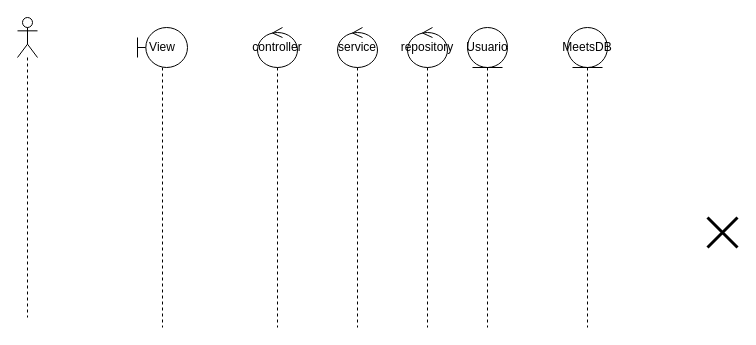
Organization-Meets/Meets_Docs keeps this draw.io diagram as Draw.io/diagrama_sequencia_PI.drawio. Above is the earlier version. Source tidied: cells renumbered, new cells numbered last; positions are measured from the earlier drawing's top-left corner, leaving out a move shared by most shapes. Both pictures are drawn from the tidied source at 100%, with x=0, y=0 at pixel (17, 17).
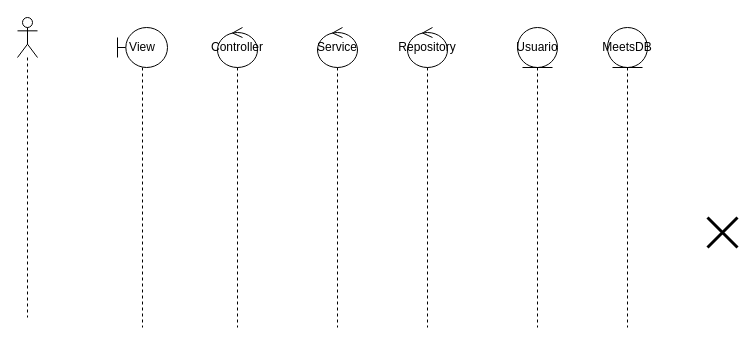
Above is the later version.

What changed in the source:
```diff
@@
 <mxGraphModel>
   <root>
     <mxCell id="0" />
     <mxCell id="1" parent="0" />
     <mxCell id="2" style="shape=umlLifeline;perimeter=lifelinePerimeter;whiteSpace=wrap;html=1;newEdgeStyle={&quot;curved&quot;:0,&quot;rounded&quot;:0};participant=umlActor;" parent="1" vertex="1">
       <mxGeometry width="20" height="300" as="geometry" />
     </mxCell>
     <mxCell id="3" value="View" style="shape=umlLifeline;perimeter=lifelinePerimeter;whiteSpace=wrap;html=1;newEdgeStyle={&quot;curved&quot;:0,&quot;rounded&quot;:0};participant=umlBoundary;" parent="1" vertex="1">
-      <mxGeometry x="120" y="10" width="50" height="300" as="geometry" />
+      <mxGeometry x="100" y="10" width="50" height="300" as="geometry" />
     </mxCell>
     <mxCell id="4" value="MeetsDB" style="shape=umlLifeline;perimeter=lifelinePerimeter;whiteSpace=wrap;html=1;newEdgeStyle={&quot;curved&quot;:0,&quot;rounded&quot;:0};participant=umlEntity;" parent="1" vertex="1">
-      <mxGeometry x="550" y="10" width="40" height="300" as="geometry" />
+      <mxGeometry x="590" y="10" width="40" height="300" as="geometry" />
     </mxCell>
-    <mxCell id="5" value="controller" style="shape=umlLifeline;perimeter=lifelinePerimeter;whiteSpace=wrap;html=1;newEdgeStyle={&quot;curved&quot;:0,&quot;rounded&quot;:0};participant=umlControl;" parent="1" vertex="1">
-      <mxGeometry x="240" y="10" width="40" height="300" as="geometry" />
+    <mxCell id="5" value="Controller" style="shape=umlLifeline;perimeter=lifelinePerimeter;whiteSpace=wrap;html=1;newEdgeStyle={&quot;curved&quot;:0,&quot;rounded&quot;:0};participant=umlControl;" parent="1" vertex="1">
+      <mxGeometry x="200" y="10" width="40" height="300" as="geometry" />
     </mxCell>
     <mxCell id="6" style="shape=umlDestroy;whiteSpace=wrap;html=1;strokeWidth=3;targetShapes=umlLifeline;" parent="1" vertex="1">
       <mxGeometry x="690" y="200" width="30" height="30" as="geometry" />
     </mxCell>
     <mxCell id="7" value="Usuario" style="shape=umlLifeline;perimeter=lifelinePerimeter;whiteSpace=wrap;html=1;newEdgeStyle={&quot;curved&quot;:0,&quot;rounded&quot;:0};participant=umlEntity;" parent="1" vertex="1">
-      <mxGeometry x="450" y="10" width="40" height="300" as="geometry" />
+      <mxGeometry x="500" y="10" width="40" height="300" as="geometry" />
     </mxCell>
-    <mxCell id="8" value="service" style="shape=umlLifeline;perimeter=lifelinePerimeter;whiteSpace=wrap;html=1;newEdgeStyle={&quot;curved&quot;:0,&quot;rounded&quot;:0};participant=umlControl;" parent="1" vertex="1">
-      <mxGeometry x="320" y="10" width="40" height="300" as="geometry" />
+    <mxCell id="8" value="Service" style="shape=umlLifeline;perimeter=lifelinePerimeter;whiteSpace=wrap;html=1;newEdgeStyle={&quot;curved&quot;:0,&quot;rounded&quot;:0};participant=umlControl;" parent="1" vertex="1">
+      <mxGeometry x="300" y="10" width="40" height="300" as="geometry" />
     </mxCell>
-    <mxCell id="9" value="repository" style="shape=umlLifeline;perimeter=lifelinePerimeter;whiteSpace=wrap;html=1;newEdgeStyle={&quot;curved&quot;:0,&quot;rounded&quot;:0};participant=umlControl;" parent="1" vertex="1">
+    <mxCell id="9" value="Repository" style="shape=umlLifeline;perimeter=lifelinePerimeter;whiteSpace=wrap;html=1;newEdgeStyle={&quot;curved&quot;:0,&quot;rounded&quot;:0};participant=umlControl;" parent="1" vertex="1">
       <mxGeometry x="390" y="10" width="40" height="300" as="geometry" />
     </mxCell>
   </root>
 </mxGraphModel>
```
